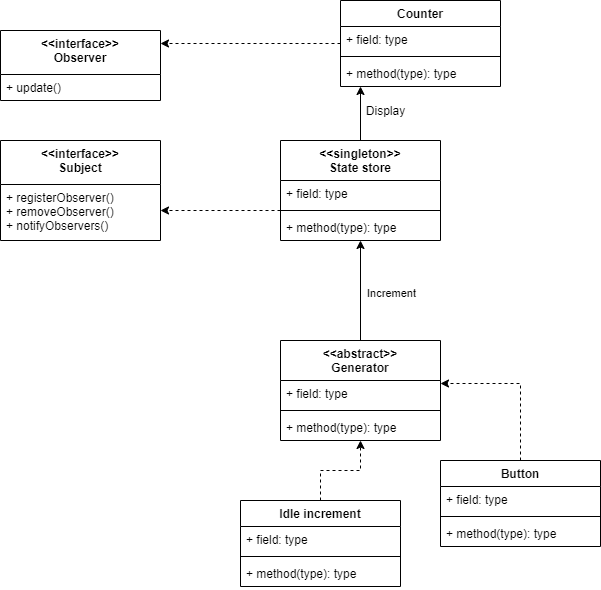
The draw.io diagram documentation/component-relations.png in justapyromaniac/Inaversary-Project, before a commit. Source tidied: cells renumbered, new cells last; positions are measured from the earlier drawing's top-left corner, leaving out a move shared by most shapes.
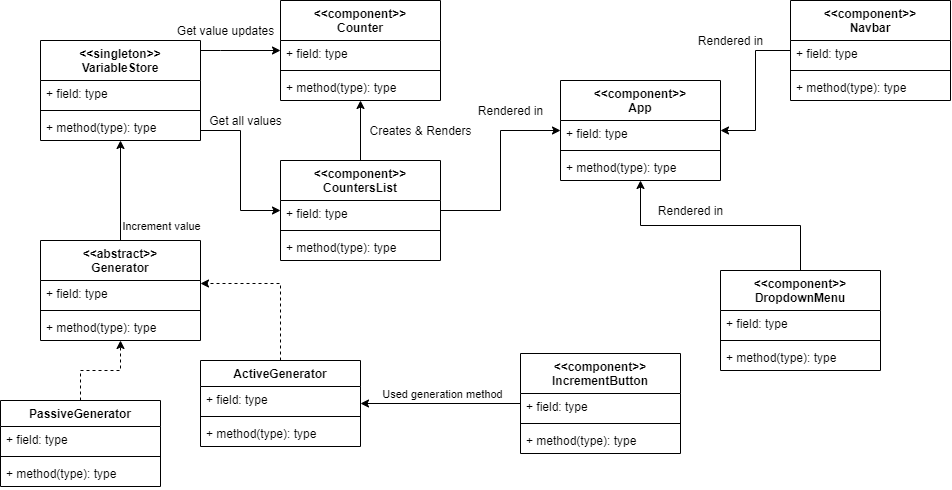
The same file after the commit.

What changed in the source:
```diff
@@ -2,23 +2,23 @@
   <root>
     <mxCell id="0" />
     <mxCell id="1" parent="0" />
-    <mxCell id="2" style="edgeStyle=orthogonalEdgeStyle;rounded=0;jettySize=auto;html=1;" parent="1" edge="1" source="4" target="9">
-      <mxGeometry relative="1" as="geometry">
-        <Array as="points">
-          <mxPoint x="430" y="160" />
-          <mxPoint x="430" y="160" />
-        </Array>
-      </mxGeometry>
-    </mxCell>
-    <mxCell id="3" style="edgeStyle=orthogonalEdgeStyle;rounded=0;jettySize=auto;html=1;dashed=1;" parent="1" edge="1" source="4" target="32">
-      <mxGeometry relative="1" as="geometry">
-        <Array as="points">
-          <mxPoint x="220" y="210" />
-          <mxPoint x="220" y="210" />
-        </Array>
-      </mxGeometry>
-    </mxCell>
+    <mxCell id="34" style="edgeStyle=orthogonalEdgeStyle;rounded=0;jettySize=auto;html=1;" parent="1" edge="1" source="4" target="47">
+      <mxGeometry relative="1" as="geometry">
+        <Array as="points">
+          <mxPoint x="460" y="150" />
+          <mxPoint x="460" y="150" />
+        </Array>
+      </mxGeometry>
+    </mxCell>
+    <mxCell id="35" style="edgeStyle=orthogonalEdgeStyle;rounded=0;jettySize=auto;html=1;" parent="1" edge="1" source="4" target="43">
+      <mxGeometry relative="1" as="geometry">
+        <Array as="points">
+          <mxPoint x="480" y="230" />
+          <mxPoint x="480" y="310" />
+        </Array>
+      </mxGeometry>
+    </mxCell>
-    <mxCell id="4" value="&lt;&lt;singleton&gt;&gt;&#10;State store" style="swimlane;fontStyle=1;align=center;verticalAlign=top;horizontal=1;startSize=40;" parent="1" vertex="1">
+    <mxCell id="4" value="&lt;&lt;singleton&gt;&gt;&#10;VariableStore" style="swimlane;fontStyle=1;align=center;verticalAlign=top;horizontal=1;startSize=40;" parent="1" vertex="1">
       <mxGeometry x="280" y="140" width="160" height="100" as="geometry" />
     </mxCell>
     <mxCell id="5" value="+ field: type" style="text;strokeColor=none;fillColor=none;align=left;verticalAlign=top;spacingLeft=4;spacingRight=4;overflow=hidden;" parent="4" vertex="1">
@@ -30,32 +30,12 @@
     <mxCell id="7" value="+ method(type): type" style="text;strokeColor=none;fillColor=none;align=left;verticalAlign=top;spacingLeft=4;spacingRight=4;overflow=hidden;" parent="4" vertex="1">
       <mxGeometry y="74" width="160" height="26" as="geometry" />
     </mxCell>
-    <mxCell id="8" style="edgeStyle=orthogonalEdgeStyle;rounded=0;jettySize=auto;html=1;dashed=1;" parent="1" edge="1" source="9" target="30">
-      <mxGeometry relative="1" as="geometry">
-        <Array as="points">
-          <mxPoint x="190" y="43" />
-          <mxPoint x="190" y="43" />
-        </Array>
-      </mxGeometry>
-    </mxCell>
-    <mxCell id="9" value="Counter" style="swimlane;fontStyle=1;align=center;verticalAlign=top;horizontal=1;startSize=26;" parent="1" vertex="1">
-      <mxGeometry x="340" width="160" height="86" as="geometry" />
-    </mxCell>
-    <mxCell id="10" value="+ field: type" style="text;strokeColor=none;fillColor=none;align=left;verticalAlign=top;spacingLeft=4;spacingRight=4;overflow=hidden;" parent="9" vertex="1">
-      <mxGeometry y="26" width="160" height="26" as="geometry" />
-    </mxCell>
-    <mxCell id="11" style="line;strokeWidth=1;fillColor=none;align=left;verticalAlign=middle;spacingTop=-1;spacingLeft=3;spacingRight=3;labelPosition=right;" parent="9" vertex="1">
-      <mxGeometry y="52" width="160" height="8" as="geometry" />
-    </mxCell>
-    <mxCell id="12" value="+ method(type): type" style="text;strokeColor=none;fillColor=none;align=left;verticalAlign=top;spacingLeft=4;spacingRight=4;overflow=hidden;" parent="9" vertex="1">
-      <mxGeometry y="60" width="160" height="26" as="geometry" />
-    </mxCell>
     <mxCell id="13" style="edgeStyle=orthogonalEdgeStyle;rounded=0;jettySize=auto;html=1;" parent="1" edge="1" source="16" target="4">
       <mxGeometry relative="1" as="geometry" />
     </mxCell>
-    <mxCell id="14" value="Increment" style="edgeLabel;html=1;align=center;verticalAlign=middle;" parent="13" vertex="1">
+    <mxCell id="14" value="Increment value" style="edgeLabel;html=1;align=center;verticalAlign=middle;" parent="13" vertex="1">
       <mxGeometry x="-0.18" y="2" relative="1" as="geometry">
-        <mxPoint x="32" y="-7" as="offset" />
+        <mxPoint x="42" y="27" as="offset" />
       </mxGeometry>
     </mxCell>
     <mxCell id="15" style="edgeStyle=orthogonalEdgeStyle;rounded=0;jettySize=auto;html=1;dashed=1;exitX=0.5;exitY=0;exitDx=0;exitDy=0;" parent="1" edge="1" source="25" target="16">
@@ -73,10 +53,7 @@
     <mxCell id="19" value="+ method(type): type" style="text;strokeColor=none;fillColor=none;align=left;verticalAlign=top;spacingLeft=4;spacingRight=4;overflow=hidden;" parent="16" vertex="1">
       <mxGeometry y="74" width="160" height="26" as="geometry" />
     </mxCell>
-    <mxCell id="20" value="Display" style="text;html=1;align=center;verticalAlign=middle;strokeColor=none;" parent="1" vertex="1">
-      <mxGeometry x="360" y="100" width="50" height="20" as="geometry" />
-    </mxCell>
-    <mxCell id="21" value="Button" style="swimlane;fontStyle=1;align=center;verticalAlign=top;horizontal=1;startSize=26;" parent="1" vertex="1">
+    <mxCell id="21" value="ActiveGenerator" style="swimlane;fontStyle=1;align=center;verticalAlign=top;horizontal=1;startSize=26;" parent="1" vertex="1">
       <mxGeometry x="440" y="460" width="160" height="86" as="geometry" />
     </mxCell>
     <mxCell id="22" value="+ field: type" style="text;strokeColor=none;fillColor=none;align=left;verticalAlign=top;spacingLeft=4;spacingRight=4;overflow=hidden;" parent="21" vertex="1">
@@ -88,7 +65,7 @@
     <mxCell id="24" value="+ method(type): type" style="text;strokeColor=none;fillColor=none;align=left;verticalAlign=top;spacingLeft=4;spacingRight=4;overflow=hidden;" parent="21" vertex="1">
       <mxGeometry y="60" width="160" height="26" as="geometry" />
     </mxCell>
-    <mxCell id="25" value="Idle increment" style="swimlane;fontStyle=1;align=center;verticalAlign=top;horizontal=1;startSize=26;" parent="1" vertex="1">
+    <mxCell id="25" value="PassiveGenerator" style="swimlane;fontStyle=1;align=center;verticalAlign=top;horizontal=1;startSize=26;" parent="1" vertex="1">
       <mxGeometry x="240" y="500" width="160" height="86" as="geometry" />
     </mxCell>
     <mxCell id="26" value="+ field: type" style="text;strokeColor=none;fillColor=none;align=left;verticalAlign=top;spacingLeft=4;spacingRight=4;overflow=hidden;" parent="25" vertex="1">
@@ -107,17 +84,115 @@
         </Array>
       </mxGeometry>
     </mxCell>
-    <mxCell id="30" value="&lt;&lt;interface&gt;&gt;&#10;Observer" style="swimlane;fontStyle=1;align=center;verticalAlign=top;horizontal=1;startSize=44;" parent="1" vertex="1">
-      <mxGeometry y="30" width="160" height="70" as="geometry" />
-    </mxCell>
-    <mxCell id="31" value="+ update()" style="text;strokeColor=none;fillColor=none;align=left;verticalAlign=top;spacingLeft=4;spacingRight=4;overflow=hidden;" parent="30" vertex="1">
-      <mxGeometry y="44" width="160" height="26" as="geometry" />
-    </mxCell>
-    <mxCell id="32" value="&lt;&lt;interface&gt;&gt;&#10;Subject" style="swimlane;fontStyle=1;align=center;verticalAlign=top;horizontal=1;startSize=44;" parent="1" vertex="1">
-      <mxGeometry y="140" width="160" height="100" as="geometry" />
-    </mxCell>
-    <mxCell id="33" value="+ registerObserver()&#10;+ removeObserver()&#10;+ notifyObservers()" style="text;strokeColor=none;fillColor=none;align=left;verticalAlign=top;spacingLeft=4;spacingRight=4;overflow=hidden;" parent="32" vertex="1">
-      <mxGeometry y="44" width="160" height="56" as="geometry" />
-    </mxCell>
+    <mxCell id="36" style="edgeStyle=orthogonalEdgeStyle;rounded=0;jettySize=auto;html=1;" parent="1" edge="1" source="8" target="21">
+      <mxGeometry relative="1" as="geometry" />
+    </mxCell>
+    <mxCell id="37" value="Used generation method" style="edgeLabel;html=1;align=center;verticalAlign=middle;" parent="36" vertex="1">
+      <mxGeometry x="0.35" y="2" relative="1" as="geometry">
+        <mxPoint x="28" y="-12" as="offset" />
+      </mxGeometry>
+    </mxCell>
+    <mxCell id="8" value="&lt;&lt;component&gt;&gt;&#10;IncrementButton" style="swimlane;fontStyle=1;align=center;verticalAlign=top;horizontal=1;startSize=40;" parent="1" vertex="1">
+      <mxGeometry x="760" y="453" width="160" height="100" as="geometry" />
+    </mxCell>
+    <mxCell id="38" value="+ field: type" style="text;strokeColor=none;fillColor=none;align=left;verticalAlign=top;spacingLeft=4;spacingRight=4;overflow=hidden;" parent="8" vertex="1">
+      <mxGeometry y="40" width="160" height="26" as="geometry" />
+    </mxCell>
+    <mxCell id="39" style="line;strokeWidth=1;fillColor=none;align=left;verticalAlign=middle;spacingTop=-1;spacingLeft=3;spacingRight=3;labelPosition=right;" parent="8" vertex="1">
+      <mxGeometry y="66" width="160" height="8" as="geometry" />
+    </mxCell>
+    <mxCell id="40" value="+ method(type): type" style="text;strokeColor=none;fillColor=none;align=left;verticalAlign=top;spacingLeft=4;spacingRight=4;overflow=hidden;" parent="8" vertex="1">
+      <mxGeometry y="74" width="160" height="26" as="geometry" />
+    </mxCell>
+    <mxCell id="41" style="edgeStyle=orthogonalEdgeStyle;rounded=0;jettySize=auto;html=1;exitX=0.5;exitY=0;exitDx=0;exitDy=0;" parent="1" edge="1" source="43" target="47">
+      <mxGeometry relative="1" as="geometry" />
+    </mxCell>
+    <mxCell id="42" style="edgeStyle=orthogonalEdgeStyle;rounded=0;jettySize=auto;html=1;" parent="1" edge="1" source="43" target="54">
+      <mxGeometry relative="1" as="geometry" />
+    </mxCell>
+    <mxCell id="43" value="&lt;&lt;component&gt;&gt;&#10;CountersList" style="swimlane;fontStyle=1;align=center;verticalAlign=top;horizontal=1;startSize=40;" parent="1" vertex="1">
+      <mxGeometry x="520" y="260" width="160" height="100" as="geometry" />
+    </mxCell>
+    <mxCell id="44" value="+ field: type" style="text;strokeColor=none;fillColor=none;align=left;verticalAlign=top;spacingLeft=4;spacingRight=4;overflow=hidden;" parent="43" vertex="1">
+      <mxGeometry y="40" width="160" height="26" as="geometry" />
+    </mxCell>
+    <mxCell id="45" style="line;strokeWidth=1;fillColor=none;align=left;verticalAlign=middle;spacingTop=-1;spacingLeft=3;spacingRight=3;labelPosition=right;" parent="43" vertex="1">
+      <mxGeometry y="66" width="160" height="8" as="geometry" />
+    </mxCell>
+    <mxCell id="46" value="+ method(type): type" style="text;strokeColor=none;fillColor=none;align=left;verticalAlign=top;spacingLeft=4;spacingRight=4;overflow=hidden;" parent="43" vertex="1">
+      <mxGeometry y="74" width="160" height="26" as="geometry" />
+    </mxCell>
+    <mxCell id="47" value="&lt;&lt;component&gt;&gt;&#10;Counter" style="swimlane;fontStyle=1;align=center;verticalAlign=top;horizontal=1;startSize=40;" parent="1" vertex="1">
+      <mxGeometry x="520" y="100" width="160" height="100" as="geometry" />
+    </mxCell>
+    <mxCell id="48" value="+ field: type" style="text;strokeColor=none;fillColor=none;align=left;verticalAlign=top;spacingLeft=4;spacingRight=4;overflow=hidden;" parent="47" vertex="1">
+      <mxGeometry y="40" width="160" height="26" as="geometry" />
+    </mxCell>
+    <mxCell id="49" style="line;strokeWidth=1;fillColor=none;align=left;verticalAlign=middle;spacingTop=-1;spacingLeft=3;spacingRight=3;labelPosition=right;" parent="47" vertex="1">
+      <mxGeometry y="66" width="160" height="8" as="geometry" />
+    </mxCell>
+    <mxCell id="50" value="+ method(type): type" style="text;strokeColor=none;fillColor=none;align=left;verticalAlign=top;spacingLeft=4;spacingRight=4;overflow=hidden;" parent="47" vertex="1">
+      <mxGeometry y="74" width="160" height="26" as="geometry" />
+    </mxCell>
+    <mxCell id="51" value="Creates &amp;amp; Renders" style="text;html=1;align=center;verticalAlign=middle;strokeColor=none;" parent="1" vertex="1">
+      <mxGeometry x="600" y="220" width="120" height="20" as="geometry" />
+    </mxCell>
+    <mxCell id="52" value="Get value updates" style="text;html=1;align=center;verticalAlign=middle;strokeColor=none;" parent="1" vertex="1">
+      <mxGeometry x="410" y="120" width="110" height="20" as="geometry" />
+    </mxCell>
+    <mxCell id="53" value="Get all values" style="text;html=1;align=center;verticalAlign=middle;strokeColor=none;" parent="1" vertex="1">
+      <mxGeometry x="440" y="210" width="90" height="20" as="geometry" />
+    </mxCell>
+    <mxCell id="54" value="&lt;&lt;component&gt;&gt;&#10;App" style="swimlane;fontStyle=1;align=center;verticalAlign=top;horizontal=1;startSize=40;" parent="1" vertex="1">
+      <mxGeometry x="800" y="180" width="160" height="100" as="geometry" />
+    </mxCell>
+    <mxCell id="55" value="+ field: type" style="text;strokeColor=none;fillColor=none;align=left;verticalAlign=top;spacingLeft=4;spacingRight=4;overflow=hidden;" parent="54" vertex="1">
+      <mxGeometry y="40" width="160" height="26" as="geometry" />
+    </mxCell>
+    <mxCell id="56" style="line;strokeWidth=1;fillColor=none;align=left;verticalAlign=middle;spacingTop=-1;spacingLeft=3;spacingRight=3;labelPosition=right;" parent="54" vertex="1">
+      <mxGeometry y="66" width="160" height="8" as="geometry" />
+    </mxCell>
+    <mxCell id="57" value="+ method(type): type" style="text;strokeColor=none;fillColor=none;align=left;verticalAlign=top;spacingLeft=4;spacingRight=4;overflow=hidden;" parent="54" vertex="1">
+      <mxGeometry y="74" width="160" height="26" as="geometry" />
+    </mxCell>
+    <mxCell id="58" value="Rendered in" style="text;html=1;align=center;verticalAlign=middle;strokeColor=none;" parent="1" vertex="1">
+      <mxGeometry x="710" y="200" width="80" height="20" as="geometry" />
+    </mxCell>
+    <mxCell id="59" style="edgeStyle=orthogonalEdgeStyle;rounded=0;jettySize=auto;html=1;" parent="1" edge="1" source="60" target="54">
+      <mxGeometry relative="1" as="geometry" />
+    </mxCell>
+    <mxCell id="60" value="&lt;&lt;component&gt;&gt;&#10;DropdownMenu" style="swimlane;fontStyle=1;align=center;verticalAlign=top;horizontal=1;startSize=40;" parent="1" vertex="1">
+      <mxGeometry x="960" y="370" width="160" height="100" as="geometry" />
+    </mxCell>
+    <mxCell id="61" value="+ field: type" style="text;strokeColor=none;fillColor=none;align=left;verticalAlign=top;spacingLeft=4;spacingRight=4;overflow=hidden;" parent="60" vertex="1">
+      <mxGeometry y="40" width="160" height="26" as="geometry" />
+    </mxCell>
+    <mxCell id="62" style="line;strokeWidth=1;fillColor=none;align=left;verticalAlign=middle;spacingTop=-1;spacingLeft=3;spacingRight=3;labelPosition=right;" parent="60" vertex="1">
+      <mxGeometry y="66" width="160" height="8" as="geometry" />
+    </mxCell>
+    <mxCell id="63" value="+ method(type): type" style="text;strokeColor=none;fillColor=none;align=left;verticalAlign=top;spacingLeft=4;spacingRight=4;overflow=hidden;" parent="60" vertex="1">
+      <mxGeometry y="74" width="160" height="26" as="geometry" />
+    </mxCell>
+    <mxCell id="64" style="edgeStyle=orthogonalEdgeStyle;rounded=0;jettySize=auto;html=1;" parent="1" edge="1" source="65" target="54">
+      <mxGeometry relative="1" as="geometry" />
+    </mxCell>
+    <mxCell id="65" value="&lt;&lt;component&gt;&gt;&#10;Navbar" style="swimlane;fontStyle=1;align=center;verticalAlign=top;horizontal=1;startSize=40;" parent="1" vertex="1">
+      <mxGeometry x="1030" y="100" width="160" height="100" as="geometry" />
+    </mxCell>
+    <mxCell id="66" value="+ field: type" style="text;strokeColor=none;fillColor=none;align=left;verticalAlign=top;spacingLeft=4;spacingRight=4;overflow=hidden;" parent="65" vertex="1">
+      <mxGeometry y="40" width="160" height="26" as="geometry" />
+    </mxCell>
+    <mxCell id="67" style="line;strokeWidth=1;fillColor=none;align=left;verticalAlign=middle;spacingTop=-1;spacingLeft=3;spacingRight=3;labelPosition=right;" parent="65" vertex="1">
+      <mxGeometry y="66" width="160" height="8" as="geometry" />
+    </mxCell>
+    <mxCell id="68" value="+ method(type): type" style="text;strokeColor=none;fillColor=none;align=left;verticalAlign=top;spacingLeft=4;spacingRight=4;overflow=hidden;" parent="65" vertex="1">
+      <mxGeometry y="74" width="160" height="26" as="geometry" />
+    </mxCell>
+    <mxCell id="69" value="Rendered in" style="text;html=1;align=center;verticalAlign=middle;strokeColor=none;" parent="1" vertex="1">
+      <mxGeometry x="890" y="300" width="80" height="20" as="geometry" />
+    </mxCell>
+    <mxCell id="70" value="Rendered in" style="text;html=1;align=center;verticalAlign=middle;strokeColor=none;" parent="1" vertex="1">
+      <mxGeometry x="930" y="130" width="80" height="20" as="geometry" />
+    </mxCell>
   </root>
 </mxGraphModel>
```
